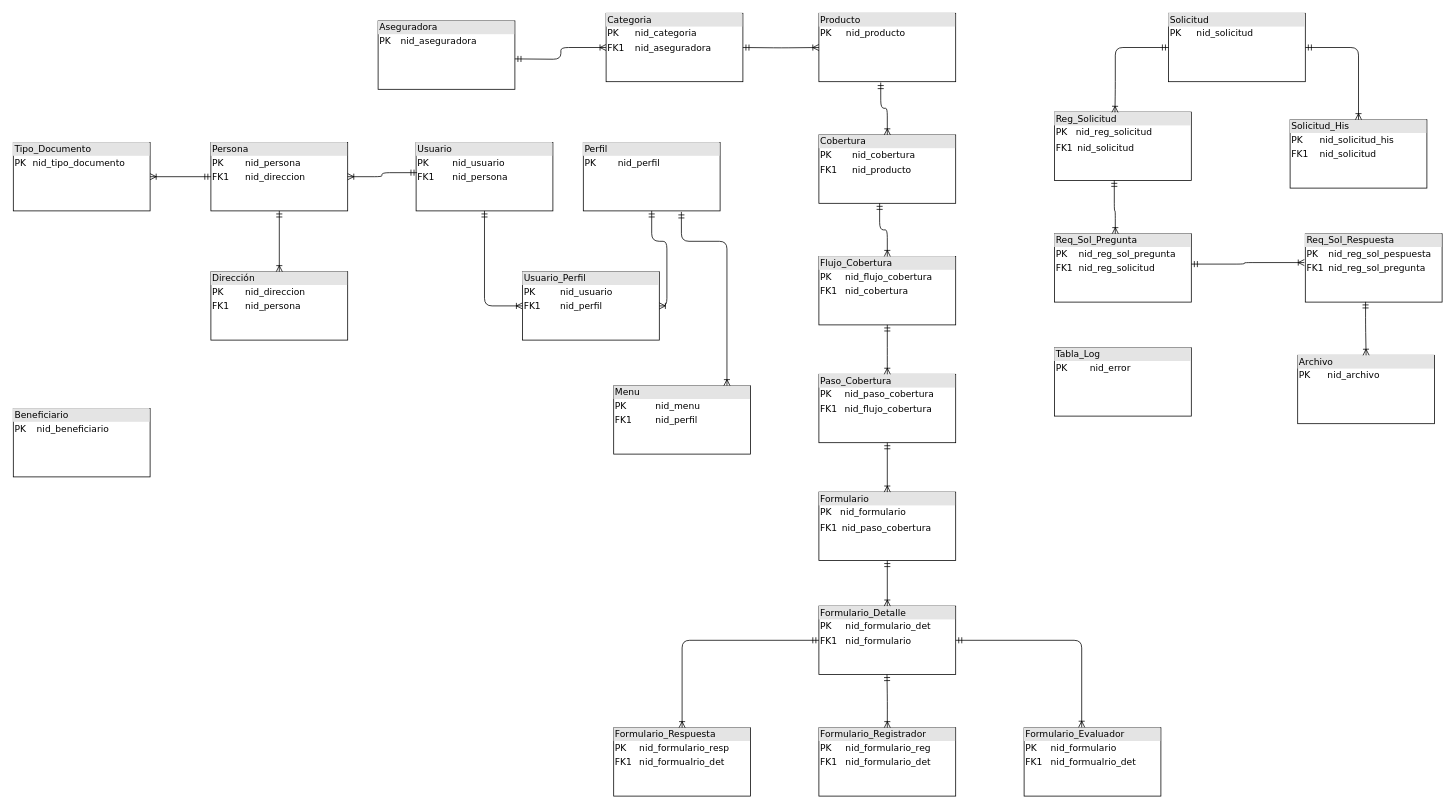
This is SINIESTROS/Diagrama sin título.drawio from alejandroarceefitec/EFICTEC, a draw.io file, before an edit. Source tidied: cells renumbered, new cells numbered last; positions are measured from the earlier drawing's top-left corner, leaving out a move shared by most shapes. Both pictures are drawn from the tidied source at 76%, with x=0, y=0 at pixel (13, 13).
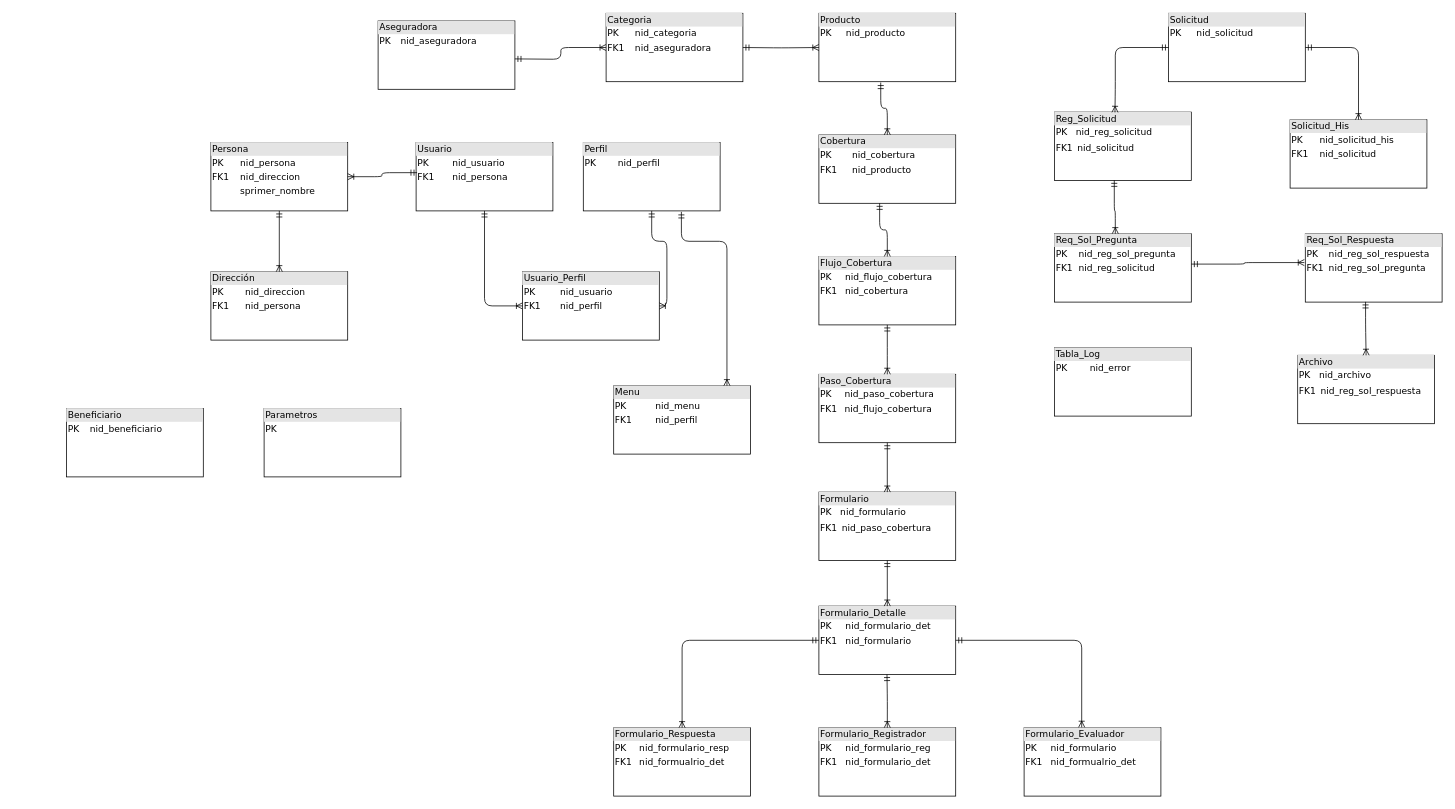
The same page after the edit.

Diff of the diagram source:
```diff
@@
-    <mxCell id="7" value="&lt;div style=&quot;box-sizing: border-box ; width: 100% ; background: #e4e4e4 ; padding: 2px&quot;&gt;Tipo_Documento&lt;/div&gt;&lt;table style=&quot;width: 100% ; font-size: 1em&quot; cellpadding=&quot;2&quot; cellspacing=&quot;0&quot;&gt;&lt;tbody&gt;&lt;tr&gt;&lt;td&gt;PK&lt;/td&gt;&lt;td&gt;nid_tipo_documento&lt;/td&gt;&lt;/tr&gt;&lt;tr&gt;&lt;td&gt;&lt;br&gt;&lt;/td&gt;&lt;td&gt;&lt;br&gt;&lt;/td&gt;&lt;/tr&gt;&lt;tr&gt;&lt;td&gt;&lt;/td&gt;&lt;td&gt;&lt;br&gt;&lt;/td&gt;&lt;/tr&gt;&lt;/tbody&gt;&lt;/table&gt;" style="verticalAlign=top;align=left;overflow=fill;html=1;rounded=0;shadow=0;comic=0;labelBackgroundColor=none;strokeWidth=1;fontFamily=Verdana;fontSize=12;" parent="1" vertex="1">
-      <mxGeometry y="170" width="180" height="90" as="geometry" />
+    <mxCell id="7" value="&lt;div style=&quot;box-sizing: border-box ; width: 100% ; background: #e4e4e4 ; padding: 2px&quot;&gt;Parametros&lt;/div&gt;&lt;table style=&quot;width: 100% ; font-size: 1em&quot; cellpadding=&quot;2&quot; cellspacing=&quot;0&quot;&gt;&lt;tbody&gt;&lt;tr&gt;&lt;td&gt;PK&lt;/td&gt;&lt;td&gt;&lt;/td&gt;&lt;/tr&gt;&lt;tr&gt;&lt;td&gt;&lt;/td&gt;&lt;td&gt;&lt;br&gt;&lt;/td&gt;&lt;/tr&gt;&lt;/tbody&gt;&lt;/table&gt;" style="verticalAlign=top;align=left;overflow=fill;html=1;rounded=0;shadow=0;comic=0;labelBackgroundColor=none;strokeWidth=1;fontFamily=Verdana;fontSize=12;" parent="1" vertex="1">
+      <mxGeometry x="330" y="520" width="180" height="90" as="geometry" />
     </mxCell>
-    <mxCell id="8" value="&lt;div style=&quot;box-sizing: border-box ; width: 100% ; background: #e4e4e4 ; padding: 2px&quot;&gt;Persona&lt;/div&gt;&lt;table style=&quot;width: 100% ; font-size: 1em&quot; cellpadding=&quot;2&quot; cellspacing=&quot;0&quot;&gt;&lt;tbody&gt;&lt;tr&gt;&lt;td&gt;PK&lt;/td&gt;&lt;td&gt;nid_persona&lt;/td&gt;&lt;/tr&gt;&lt;tr&gt;&lt;td&gt;FK1&lt;br&gt;&lt;/td&gt;&lt;td&gt;nid_direccion&lt;br&gt;&lt;/td&gt;&lt;/tr&gt;&lt;tr&gt;&lt;td&gt;&lt;/td&gt;&lt;td&gt;&lt;br&gt;&lt;/td&gt;&lt;/tr&gt;&lt;/tbody&gt;&lt;/table&gt;" style="verticalAlign=top;align=left;overflow=fill;html=1;rounded=0;shadow=0;comic=0;labelBackgroundColor=none;strokeWidth=1;fontFamily=Verdana;fontSize=12;" parent="1" vertex="1">
+    <mxCell id="8" value="&lt;div style=&quot;box-sizing: border-box ; width: 100% ; background: #e4e4e4 ; padding: 2px&quot;&gt;Persona&lt;/div&gt;&lt;table style=&quot;width: 100% ; font-size: 1em&quot; cellpadding=&quot;2&quot; cellspacing=&quot;0&quot;&gt;&lt;tbody&gt;&lt;tr&gt;&lt;td&gt;PK&lt;/td&gt;&lt;td&gt;nid_persona&lt;/td&gt;&lt;/tr&gt;&lt;tr&gt;&lt;td&gt;FK1&lt;br&gt;&lt;/td&gt;&lt;td&gt;nid_direccion&lt;br&gt;&lt;/td&gt;&lt;/tr&gt;&lt;tr&gt;&lt;td&gt;&lt;/td&gt;&lt;td&gt;sprimer_nombre&lt;br&gt;&lt;/td&gt;&lt;/tr&gt;&lt;/tbody&gt;&lt;/table&gt;" style="verticalAlign=top;align=left;overflow=fill;html=1;rounded=0;shadow=0;comic=0;labelBackgroundColor=none;strokeWidth=1;fontFamily=Verdana;fontSize=12;" parent="1" vertex="1">
       <mxGeometry x="260" y="170" width="180" height="90" as="geometry" />
     </mxCell>
@@
     <mxCell id="13" value="&lt;div style=&quot;box-sizing: border-box ; width: 100% ; background: #e4e4e4 ; padding: 2px&quot;&gt;Beneficiario&lt;/div&gt;&lt;table style=&quot;width: 100% ; font-size: 1em&quot; cellpadding=&quot;2&quot; cellspacing=&quot;0&quot;&gt;&lt;tbody&gt;&lt;tr&gt;&lt;td&gt;PK&lt;/td&gt;&lt;td&gt;nid_beneficiario&lt;/td&gt;&lt;/tr&gt;&lt;tr&gt;&lt;td&gt;&lt;br&gt;&lt;/td&gt;&lt;td&gt;&lt;br&gt;&lt;/td&gt;&lt;/tr&gt;&lt;tr&gt;&lt;td&gt;&lt;/td&gt;&lt;td&gt;&lt;br&gt;&lt;/td&gt;&lt;/tr&gt;&lt;/tbody&gt;&lt;/table&gt;" style="verticalAlign=top;align=left;overflow=fill;html=1;rounded=0;shadow=0;comic=0;labelBackgroundColor=none;strokeWidth=1;fontFamily=Verdana;fontSize=12;" parent="1" vertex="1">
-      <mxGeometry y="520" width="180" height="90" as="geometry" />
+      <mxGeometry x="70" y="520" width="180" height="90" as="geometry" />
     </mxCell>
@@
-    <mxCell id="22" value="&lt;div style=&quot;box-sizing: border-box ; width: 100% ; background: #e4e4e4 ; padding: 2px&quot;&gt;Archivo&lt;/div&gt;&lt;table style=&quot;width: 100% ; font-size: 1em&quot; cellpadding=&quot;2&quot; cellspacing=&quot;0&quot;&gt;&lt;tbody&gt;&lt;tr&gt;&lt;td&gt;PK&lt;/td&gt;&lt;td&gt;nid_archivo&lt;/td&gt;&lt;/tr&gt;&lt;tr&gt;&lt;td&gt;&lt;br&gt;&lt;/td&gt;&lt;td&gt;&lt;br&gt;&lt;/td&gt;&lt;/tr&gt;&lt;tr&gt;&lt;td&gt;&lt;/td&gt;&lt;td&gt;&lt;br&gt;&lt;/td&gt;&lt;/tr&gt;&lt;/tbody&gt;&lt;/table&gt;" style="verticalAlign=top;align=left;overflow=fill;html=1;rounded=0;shadow=0;comic=0;labelBackgroundColor=none;strokeWidth=1;fontFamily=Verdana;fontSize=12;" parent="1" vertex="1">
+    <mxCell id="22" value="&lt;div style=&quot;box-sizing: border-box ; width: 100% ; background: #e4e4e4 ; padding: 2px&quot;&gt;Archivo&lt;/div&gt;&lt;table style=&quot;width: 100% ; font-size: 1em&quot; cellpadding=&quot;2&quot; cellspacing=&quot;0&quot;&gt;&lt;tbody&gt;&lt;tr&gt;&lt;td&gt;PK&lt;/td&gt;&lt;td&gt;nid_archivo&lt;/td&gt;&lt;/tr&gt;&lt;tr&gt;&lt;td&gt;FK1&lt;br&gt;&lt;/td&gt;&lt;td&gt;&lt;table cellpadding=&quot;2&quot; cellspacing=&quot;0&quot; style=&quot;font-size: 1em ; width: 179.2px&quot;&gt;&lt;tbody&gt;&lt;tr&gt;&lt;td&gt;nid_reg_sol_respuesta&lt;/td&gt;&lt;/tr&gt;&lt;tr&gt;&lt;/tr&gt;&lt;/tbody&gt;&lt;/table&gt;&lt;/td&gt;&lt;/tr&gt;&lt;tr&gt;&lt;td&gt;&lt;/td&gt;&lt;td&gt;&lt;br&gt;&lt;/td&gt;&lt;/tr&gt;&lt;/tbody&gt;&lt;/table&gt;" style="verticalAlign=top;align=left;overflow=fill;html=1;rounded=0;shadow=0;comic=0;labelBackgroundColor=none;strokeWidth=1;fontFamily=Verdana;fontSize=12;" parent="1" vertex="1">
       <mxGeometry x="1690" y="450" width="180" height="90" as="geometry" />
     </mxCell>
@@
-    <mxCell id="24" value="&lt;div style=&quot;box-sizing: border-box ; width: 100% ; background: #e4e4e4 ; padding: 2px&quot;&gt;Req_Sol_Respuesta&lt;/div&gt;&lt;table style=&quot;width: 100% ; font-size: 1em&quot; cellpadding=&quot;2&quot; cellspacing=&quot;0&quot;&gt;&lt;tbody&gt;&lt;tr&gt;&lt;td&gt;PK&lt;/td&gt;&lt;td&gt;nid_reg_sol_pespuesta&lt;/td&gt;&lt;/tr&gt;&lt;tr&gt;&lt;td&gt;FK1&lt;/td&gt;&lt;td&gt;nid_reg_sol_pregunta&lt;br&gt;&lt;/td&gt;&lt;/tr&gt;&lt;tr&gt;&lt;td&gt;&lt;/td&gt;&lt;td&gt;&lt;br&gt;&lt;/td&gt;&lt;/tr&gt;&lt;/tbody&gt;&lt;/table&gt;" style="verticalAlign=top;align=left;overflow=fill;html=1;rounded=0;shadow=0;comic=0;labelBackgroundColor=none;strokeWidth=1;fontFamily=Verdana;fontSize=12;" parent="1" vertex="1">
+    <mxCell id="24" value="&lt;div style=&quot;box-sizing: border-box ; width: 100% ; background: #e4e4e4 ; padding: 2px&quot;&gt;Req_Sol_Respuesta&lt;/div&gt;&lt;table style=&quot;width: 100% ; font-size: 1em&quot; cellpadding=&quot;2&quot; cellspacing=&quot;0&quot;&gt;&lt;tbody&gt;&lt;tr&gt;&lt;td&gt;PK&lt;/td&gt;&lt;td&gt;nid_reg_sol_respuesta&lt;/td&gt;&lt;/tr&gt;&lt;tr&gt;&lt;td&gt;FK1&lt;/td&gt;&lt;td&gt;nid_reg_sol_pregunta&lt;br&gt;&lt;/td&gt;&lt;/tr&gt;&lt;tr&gt;&lt;td&gt;&lt;/td&gt;&lt;td&gt;&lt;br&gt;&lt;/td&gt;&lt;/tr&gt;&lt;/tbody&gt;&lt;/table&gt;" style="verticalAlign=top;align=left;overflow=fill;html=1;rounded=0;shadow=0;comic=0;labelBackgroundColor=none;strokeWidth=1;fontFamily=Verdana;fontSize=12;" parent="1" vertex="1">
       <mxGeometry x="1700" y="290" width="180" height="90" as="geometry" />
     </mxCell>
@@
-    <mxCell id="40" style="edgeStyle=orthogonalEdgeStyle;html=1;endArrow=ERoneToMany;startArrow=ERmandOne;labelBackgroundColor=none;fontFamily=Verdana;fontSize=12;align=left;exitX=0;exitY=0.5;exitDx=0;exitDy=0;" parent="1" edge="1" source="8" target="7">
-      <mxGeometry relative="1" as="geometry" />
-    </mxCell>
```
